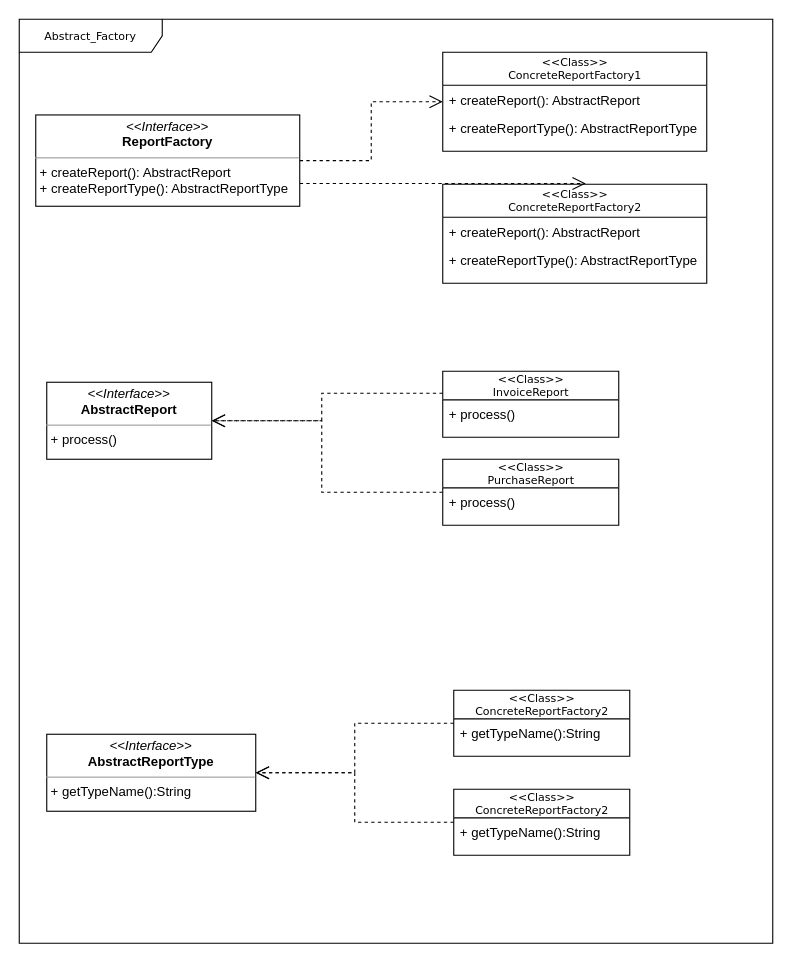
Earlier version of the draw.io diagram page "Diseño UML Original" (1 of 2) of Ejercicio03/UML-Patron de diseño Abstract Factory .drawio (guillesouto/NetbeansProjects). Source tidied: cells renumbered, new cells numbered last; positions are measured from the earlier drawing's top-left corner, leaving out a move shared by most shapes. Both pictures are drawn from the tidied source at 110%, with x=0, y=0 at pixel (19, 19).
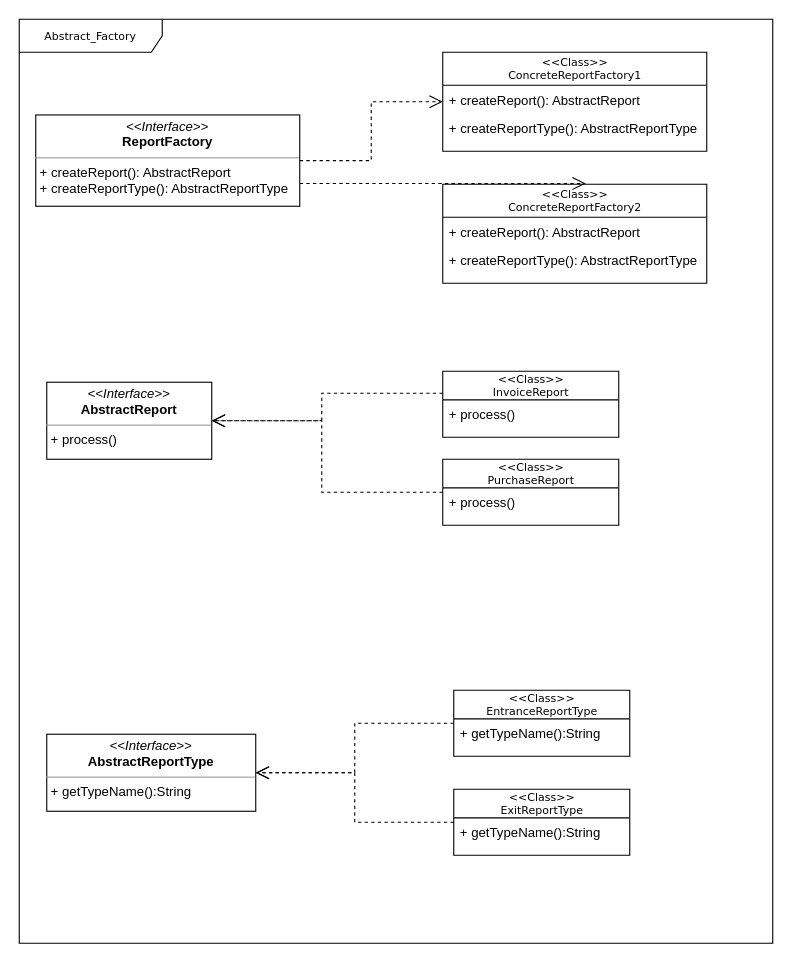
After the change.

What changed in the source:
```diff
@@
-    <mxCell id="17" value="&amp;lt;&amp;lt;Class&amp;gt;&amp;gt;&lt;div style=&quot;--tw-border-spacing-x: 0; --tw-border-spacing-y: 0; --tw-translate-x: 0; --tw-translate-y: 0; --tw-rotate: 0; --tw-skew-x: 0; --tw-skew-y: 0; --tw-scale-x: 1; --tw-scale-y: 1; --tw-pan-x: ; --tw-pan-y: ; --tw-pinch-zoom: ; --tw-scroll-snap-strictness: proximity; --tw-ordinal: ; --tw-slashed-zero: ; --tw-numeric-figure: ; --tw-numeric-spacing: ; --tw-numeric-fraction: ; --tw-ring-inset: ; --tw-ring-offset-width: 0px; --tw-ring-offset-color: #fff; --tw-ring-color: rgb(59 130 246 / .5); --tw-ring-offset-shadow: 0 0 #0000; --tw-ring-shadow: 0 0 #0000; --tw-shadow: 0 0 #0000; --tw-shadow-colored: 0 0 #0000; --tw-blur: ; --tw-brightness: ; --tw-contrast: ; --tw-grayscale: ; --tw-hue-rotate: ; --tw-invert: ; --tw-saturate: ; --tw-sepia: ; --tw-drop-shadow: ; --tw-backdrop-blur: ; --tw-backdrop-brightness: ; --tw-backdrop-contrast: ; --tw-backdrop-grayscale: ; --tw-backdrop-hue-rotate: ; --tw-backdrop-invert: ; --tw-backdrop-opacity: ; --tw-backdrop-saturate: ; --tw-backdrop-sepia: ;&quot;&gt;ConcreteReportFactory2&lt;/div&gt;" style="swimlane;html=1;fontStyle=0;horizontal=1;startSize=26;fillColor=none;swimlaneFillColor=#ffffff;rounded=0;shadow=0;comic=0;labelBackgroundColor=none;strokeWidth=1;fontFamily=Verdana;fontSize=10;align=center;" parent="1" vertex="1">
+    <mxCell id="17" value="&amp;lt;&amp;lt;Class&amp;gt;&amp;gt;&lt;div style=&quot;--tw-border-spacing-x: 0; --tw-border-spacing-y: 0; --tw-translate-x: 0; --tw-translate-y: 0; --tw-rotate: 0; --tw-skew-x: 0; --tw-skew-y: 0; --tw-scale-x: 1; --tw-scale-y: 1; --tw-pan-x: ; --tw-pan-y: ; --tw-pinch-zoom: ; --tw-scroll-snap-strictness: proximity; --tw-ordinal: ; --tw-slashed-zero: ; --tw-numeric-figure: ; --tw-numeric-spacing: ; --tw-numeric-fraction: ; --tw-ring-inset: ; --tw-ring-offset-width: 0px; --tw-ring-offset-color: #fff; --tw-ring-color: rgb(59 130 246 / .5); --tw-ring-offset-shadow: 0 0 #0000; --tw-ring-shadow: 0 0 #0000; --tw-shadow: 0 0 #0000; --tw-shadow-colored: 0 0 #0000; --tw-blur: ; --tw-brightness: ; --tw-contrast: ; --tw-grayscale: ; --tw-hue-rotate: ; --tw-invert: ; --tw-saturate: ; --tw-sepia: ; --tw-drop-shadow: ; --tw-backdrop-blur: ; --tw-backdrop-brightness: ; --tw-backdrop-contrast: ; --tw-backdrop-grayscale: ; --tw-backdrop-hue-rotate: ; --tw-backdrop-invert: ; --tw-backdrop-opacity: ; --tw-backdrop-saturate: ; --tw-backdrop-sepia: ;&quot;&gt;EntranceReportType&lt;/div&gt;" style="swimlane;html=1;fontStyle=0;horizontal=1;startSize=26;fillColor=none;swimlaneFillColor=#ffffff;rounded=0;shadow=0;comic=0;labelBackgroundColor=none;strokeWidth=1;fontFamily=Verdana;fontSize=10;align=center;" parent="1" vertex="1">
       <mxGeometry x="395" y="610" width="160" height="60" as="geometry" />
     </mxCell>
@@
-    <mxCell id="19" value="&amp;lt;&amp;lt;Class&amp;gt;&amp;gt;&lt;div style=&quot;--tw-border-spacing-x: 0; --tw-border-spacing-y: 0; --tw-translate-x: 0; --tw-translate-y: 0; --tw-rotate: 0; --tw-skew-x: 0; --tw-skew-y: 0; --tw-scale-x: 1; --tw-scale-y: 1; --tw-pan-x: ; --tw-pan-y: ; --tw-pinch-zoom: ; --tw-scroll-snap-strictness: proximity; --tw-ordinal: ; --tw-slashed-zero: ; --tw-numeric-figure: ; --tw-numeric-spacing: ; --tw-numeric-fraction: ; --tw-ring-inset: ; --tw-ring-offset-width: 0px; --tw-ring-offset-color: #fff; --tw-ring-color: rgb(59 130 246 / .5); --tw-ring-offset-shadow: 0 0 #0000; --tw-ring-shadow: 0 0 #0000; --tw-shadow: 0 0 #0000; --tw-shadow-colored: 0 0 #0000; --tw-blur: ; --tw-brightness: ; --tw-contrast: ; --tw-grayscale: ; --tw-hue-rotate: ; --tw-invert: ; --tw-saturate: ; --tw-sepia: ; --tw-drop-shadow: ; --tw-backdrop-blur: ; --tw-backdrop-brightness: ; --tw-backdrop-contrast: ; --tw-backdrop-grayscale: ; --tw-backdrop-hue-rotate: ; --tw-backdrop-invert: ; --tw-backdrop-opacity: ; --tw-backdrop-saturate: ; --tw-backdrop-sepia: ;&quot;&gt;ConcreteReportFactory2&lt;/div&gt;" style="swimlane;html=1;fontStyle=0;horizontal=1;startSize=26;fillColor=none;swimlaneFillColor=#ffffff;rounded=0;shadow=0;comic=0;labelBackgroundColor=none;strokeWidth=1;fontFamily=Verdana;fontSize=10;align=center;" parent="1" vertex="1">
+    <mxCell id="19" value="&amp;lt;&amp;lt;Class&amp;gt;&amp;gt;&lt;div style=&quot;--tw-border-spacing-x: 0; --tw-border-spacing-y: 0; --tw-translate-x: 0; --tw-translate-y: 0; --tw-rotate: 0; --tw-skew-x: 0; --tw-skew-y: 0; --tw-scale-x: 1; --tw-scale-y: 1; --tw-pan-x: ; --tw-pan-y: ; --tw-pinch-zoom: ; --tw-scroll-snap-strictness: proximity; --tw-ordinal: ; --tw-slashed-zero: ; --tw-numeric-figure: ; --tw-numeric-spacing: ; --tw-numeric-fraction: ; --tw-ring-inset: ; --tw-ring-offset-width: 0px; --tw-ring-offset-color: #fff; --tw-ring-color: rgb(59 130 246 / .5); --tw-ring-offset-shadow: 0 0 #0000; --tw-ring-shadow: 0 0 #0000; --tw-shadow: 0 0 #0000; --tw-shadow-colored: 0 0 #0000; --tw-blur: ; --tw-brightness: ; --tw-contrast: ; --tw-grayscale: ; --tw-hue-rotate: ; --tw-invert: ; --tw-saturate: ; --tw-sepia: ; --tw-drop-shadow: ; --tw-backdrop-blur: ; --tw-backdrop-brightness: ; --tw-backdrop-contrast: ; --tw-backdrop-grayscale: ; --tw-backdrop-hue-rotate: ; --tw-backdrop-invert: ; --tw-backdrop-opacity: ; --tw-backdrop-saturate: ; --tw-backdrop-sepia: ;&quot;&gt;ExitReportType&lt;/div&gt;" style="swimlane;html=1;fontStyle=0;horizontal=1;startSize=26;fillColor=none;swimlaneFillColor=#ffffff;rounded=0;shadow=0;comic=0;labelBackgroundColor=none;strokeWidth=1;fontFamily=Verdana;fontSize=10;align=center;" parent="1" vertex="1">
       <mxGeometry x="395" y="700" width="160" height="60" as="geometry" />
     </mxCell>
```
